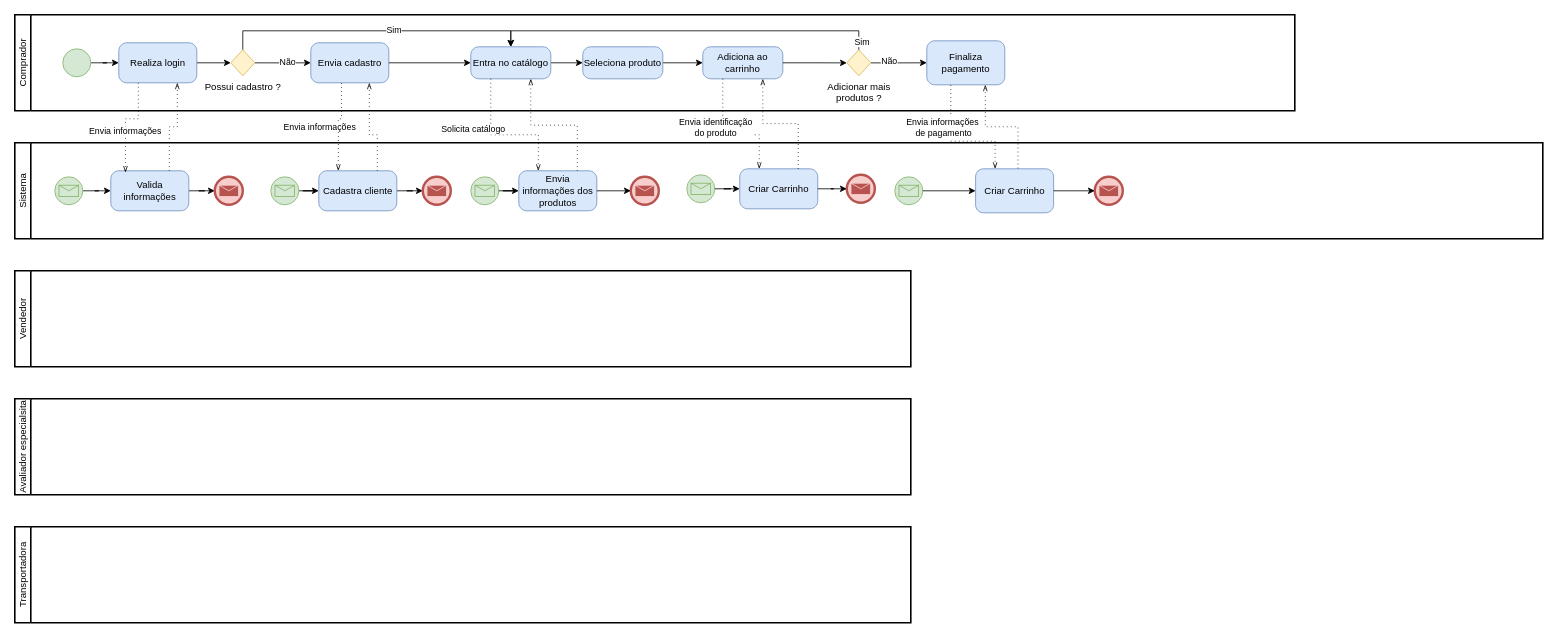
Before: page "Modelo To Be Processo Compra" (2 of 3) of DPN/ModelagemProcessoNegocio.drawio in luca-moraes/projetoCorintoModelagem, a draw.io diagram. Source tidied: cells renumbered, new cells numbered last; positions are measured from the earlier drawing's top-left corner, leaving out a move shared by most shapes. Both pictures are drawn from the tidied source at 80%, with x=0, y=0 at pixel (14, 14).
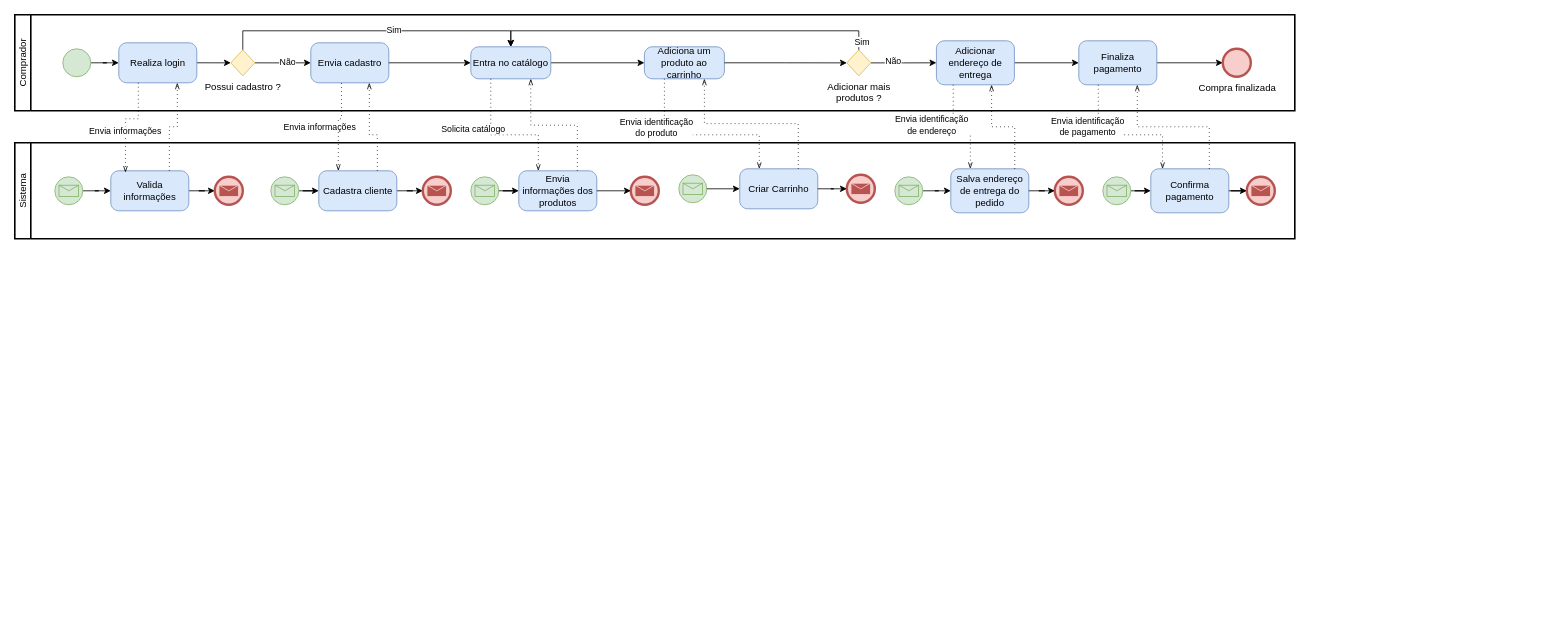
After the change.

Unchanged cells that the change refers to:
```xml
<mxCell id="23" style="points=[[0.145,0.145,0],[0.5,0,0],[0.855,0.145,0],[1,0.5,0],[0.855,0.855,0],[0.5,1,0],[0.145,0.855,0],[0,0.5,0]];shape=mxgraph.bpmn.event;html=1;verticalLabelPosition=bottom;labelBackgroundColor=#ffffff;verticalAlign=top;align=center;perimeter=ellipsePerimeter;outlineConnect=0;outline=standard;symbol=message;fillColor=#d5e8d4;strokeColor=#82b366;" parent="2" vertex="1">
  <mxGeometry x="1100" y="42.5" width="35" height="35" as="geometry" />
</mxCell>
<mxCell id="36" value="Comprador" style="swimlane;html=1;startSize=20;fontStyle=0;horizontal=0;swimlaneLine=1;swimlaneFillColor=#ffffff;strokeWidth=2;whiteSpace=wrap;" parent="1" vertex="1">
  <mxGeometry width="1600" height="120" as="geometry" />
</mxCell>
<mxCell id="48" value="Entra no catálogo" style="points=[[0.25,0,0],[0.5,0,0],[0.75,0,0],[1,0.25,0],[1,0.5,0],[1,0.75,0],[0.75,1,0],[0.5,1,0],[0.25,1,0],[0,0.75,0],[0,0.5,0],[0,0.25,0]];shape=mxgraph.bpmn.task;whiteSpace=wrap;rectStyle=rounded;size=10;html=1;taskMarker=abstract;fillColor=#dae8fc;strokeColor=#6c8ebf;" parent="36" vertex="1">
  <mxGeometry x="570" y="40" width="100" height="40" as="geometry" />
</mxCell>
<mxCell id="57" value="Adicionar mais &lt;br&gt;produtos ?" style="points=[[0.25,0.25,0],[0.5,0,0],[0.75,0.25,0],[1,0.5,0],[0.75,0.75,0],[0.5,1,0],[0.25,0.75,0],[0,0.5,0]];shape=mxgraph.bpmn.gateway2;html=1;verticalLabelPosition=bottom;labelBackgroundColor=#ffffff;verticalAlign=top;align=center;perimeter=rhombusPerimeter;outlineConnect=0;outline=none;symbol=none;fillColor=#fff2cc;strokeColor=#d6b656;" parent="36" vertex="1">
  <mxGeometry x="1040" y="43.8" width="30" height="32.5" as="geometry" />
</mxCell>
<mxCell id="70" style="edgeStyle=elbowEdgeStyle;fontSize=12;html=1;endFill=0;startFill=0;endSize=6;startSize=6;dashed=1;dashPattern=1 4;endArrow=openThin;startArrow=none;rounded=0;exitX=0.25;exitY=1;exitDx=0;exitDy=0;exitPerimeter=0;entryX=0.25;entryY=0;entryDx=0;entryDy=0;entryPerimeter=0;elbow=vertical;" parent="1" edge="1" source="54" target="19">
  <mxGeometry relative="1" as="geometry">
    <Array as="points">
      <mxPoint x="890" y="150" />
    </Array>
  </mxGeometry>
</mxCell>
```

What changed in the source:
```diff
@@
     <mxCell id="2" value="Sistema" style="swimlane;html=1;startSize=20;fontStyle=0;horizontal=0;swimlaneLine=1;swimlaneFillColor=#ffffff;strokeWidth=2;whiteSpace=wrap;" parent="1" vertex="1">
-      <mxGeometry y="160" width="1910" height="120" as="geometry" />
+      <mxGeometry y="160" width="1600" height="120" as="geometry" />
     </mxCell>
@@
     <mxCell id="18" style="points=[[0.145,0.145,0],[0.5,0,0],[0.855,0.145,0],[1,0.5,0],[0.855,0.855,0],[0.5,1,0],[0.145,0.855,0],[0,0.5,0]];shape=mxgraph.bpmn.event;html=1;verticalLabelPosition=bottom;labelBackgroundColor=#ffffff;verticalAlign=top;align=center;perimeter=ellipsePerimeter;outlineConnect=0;outline=standard;symbol=message;fillColor=#d5e8d4;strokeColor=#82b366;" parent="2" vertex="1">
-      <mxGeometry x="840" y="40" width="35" height="35" as="geometry" />
+      <mxGeometry x="830" y="40" width="35" height="35" as="geometry" />
     </mxCell>
@@
+    <mxCell id="25" style="edgeStyle=orthogonalEdgeStyle;rounded=0;jettySize=auto;html=1;entryX=0;entryY=0.5;entryDx=0;entryDy=0;entryPerimeter=0;" parent="2" edge="1" source="23" target="24">
+      <mxGeometry relative="1" as="geometry" />
+    </mxCell>
@@
-    <mxCell id="24" value="Criar Carrinho" style="points=[[0.25,0,0],[0.5,0,0],[0.75,0,0],[1,0.25,0],[1,0.5,0],[1,0.75,0],[0.75,1,0],[0.5,1,0],[0.25,1,0],[0,0.75,0],[0,0.5,0],[0,0.25,0]];shape=mxgraph.bpmn.task;whiteSpace=wrap;rectStyle=rounded;size=10;html=1;taskMarker=abstract;fillColor=#dae8fc;strokeColor=#6c8ebf;" parent="2" vertex="1">
-      <mxGeometry x="1201" y="32.5" width="97.5" height="55" as="geometry" />
+    <mxCell id="24" value="Salva endereço de entrega do pedido" style="points=[[0.25,0,0],[0.5,0,0],[0.75,0,0],[1,0.25,0],[1,0.5,0],[1,0.75,0],[0.75,1,0],[0.5,1,0],[0.25,1,0],[0,0.75,0],[0,0.5,0],[0,0.25,0]];shape=mxgraph.bpmn.task;whiteSpace=wrap;rectStyle=rounded;size=10;html=1;taskMarker=abstract;fillColor=#dae8fc;strokeColor=#6c8ebf;" parent="2" vertex="1">
+      <mxGeometry x="1170" y="32.5" width="97.5" height="55" as="geometry" />
     </mxCell>
-    <mxCell id="25" style="edgeStyle=orthogonalEdgeStyle;rounded=0;jettySize=auto;html=1;entryX=0;entryY=0.5;entryDx=0;entryDy=0;entryPerimeter=0;" parent="2" edge="1" source="23" target="24">
-      <mxGeometry relative="1" as="geometry">
-        <Array as="points">
-          <mxPoint x="1190" y="60" />
-        </Array>
-      </mxGeometry>
-    </mxCell>
     <mxCell id="26" style="points=[[0.145,0.145,0],[0.5,0,0],[0.855,0.145,0],[1,0.5,0],[0.855,0.855,0],[0.5,1,0],[0.145,0.855,0],[0,0.5,0]];shape=mxgraph.bpmn.event;html=1;verticalLabelPosition=bottom;labelBackgroundColor=#ffffff;verticalAlign=top;align=center;perimeter=ellipsePerimeter;outlineConnect=0;outline=end;symbol=message;fillColor=#f8cecc;strokeColor=#b85450;" parent="2" vertex="1">
-      <mxGeometry x="1350" y="42.5" width="35" height="35" as="geometry" />
+      <mxGeometry x="1300" y="42.5" width="35" height="35" as="geometry" />
     </mxCell>
@@
-    <mxCell id="28" value="Transportadora" style="swimlane;html=1;startSize=20;fontStyle=0;horizontal=0;swimlaneLine=1;swimlaneFillColor=#ffffff;strokeWidth=2;whiteSpace=wrap;" parent="1" vertex="1">
-      <mxGeometry y="640" width="1120" height="120" as="geometry" />
-    </mxCell>
-    <mxCell id="29" style="edgeStyle=orthogonalEdgeStyle;rounded=0;orthogonalLoop=1;jettySize=auto;html=1;" parent="28" edge="1">
-      <mxGeometry relative="1" as="geometry">
-        <mxPoint x="730" y="65" as="sourcePoint" />
-      </mxGeometry>
-    </mxCell>
-    <mxCell id="30" style="edgeStyle=orthogonalEdgeStyle;rounded=0;orthogonalLoop=1;jettySize=auto;html=1;entryX=0;entryY=0.5;entryDx=0;entryDy=0;entryPerimeter=0;" parent="28" edge="1">
-      <mxGeometry relative="1" as="geometry">
-        <mxPoint x="340" y="65" as="sourcePoint" />
-      </mxGeometry>
-    </mxCell>
-    <mxCell id="31" style="edgeStyle=orthogonalEdgeStyle;rounded=0;orthogonalLoop=1;jettySize=auto;html=1;entryX=0;entryY=0.5;entryDx=0;entryDy=0;entryPerimeter=0;" parent="28" edge="1">
-      <mxGeometry relative="1" as="geometry">
-        <mxPoint x="510" y="65" as="sourcePoint" />
-      </mxGeometry>
-    </mxCell>
-    <mxCell id="32" value="Avaliador especialsita" style="swimlane;html=1;startSize=20;fontStyle=0;horizontal=0;swimlaneLine=1;swimlaneFillColor=#ffffff;strokeWidth=2;whiteSpace=wrap;" parent="1" vertex="1">
-      <mxGeometry y="480" width="1120" height="120" as="geometry" />
-    </mxCell>
-    <mxCell id="33" style="edgeStyle=orthogonalEdgeStyle;rounded=0;orthogonalLoop=1;jettySize=auto;html=1;" parent="32" edge="1">
-      <mxGeometry relative="1" as="geometry">
-        <mxPoint x="680" y="65" as="sourcePoint" />
-      </mxGeometry>
-    </mxCell>
-    <mxCell id="34" style="edgeStyle=orthogonalEdgeStyle;rounded=0;orthogonalLoop=1;jettySize=auto;html=1;entryX=0;entryY=0.5;entryDx=0;entryDy=0;entryPerimeter=0;" parent="32" edge="1">
-      <mxGeometry relative="1" as="geometry">
-        <mxPoint x="340" y="65" as="sourcePoint" />
-      </mxGeometry>
-    </mxCell>
-    <mxCell id="35" style="edgeStyle=orthogonalEdgeStyle;rounded=0;orthogonalLoop=1;jettySize=auto;html=1;entryX=0;entryY=0.5;entryDx=0;entryDy=0;entryPerimeter=0;" parent="32" edge="1">
-      <mxGeometry relative="1" as="geometry">
-        <mxPoint x="510" y="65" as="sourcePoint" />
-      </mxGeometry>
-    </mxCell>
+    <mxCell id="76" style="edgeStyle=orthogonalEdgeStyle;rounded=0;jettySize=auto;html=1;entryX=0;entryY=0.5;entryDx=0;entryDy=0;entryPerimeter=0;" parent="2" edge="1" source="77" target="78">
+      <mxGeometry relative="1" as="geometry" />
+    </mxCell>
+    <mxCell id="77" style="points=[[0.145,0.145,0],[0.5,0,0],[0.855,0.145,0],[1,0.5,0],[0.855,0.855,0],[0.5,1,0],[0.145,0.855,0],[0,0.5,0]];shape=mxgraph.bpmn.event;html=1;verticalLabelPosition=bottom;labelBackgroundColor=#ffffff;verticalAlign=top;align=center;perimeter=ellipsePerimeter;outlineConnect=0;outline=standard;symbol=message;fillColor=#d5e8d4;strokeColor=#82b366;" parent="2" vertex="1">
+      <mxGeometry x="1360" y="42.5" width="35" height="35" as="geometry" />
+    </mxCell>
+    <mxCell id="78" value="Confirma pagamento" style="points=[[0.25,0,0],[0.5,0,0],[0.75,0,0],[1,0.25,0],[1,0.5,0],[1,0.75,0],[0.75,1,0],[0.5,1,0],[0.25,1,0],[0,0.75,0],[0,0.5,0],[0,0.25,0]];shape=mxgraph.bpmn.task;whiteSpace=wrap;rectStyle=rounded;size=10;html=1;taskMarker=abstract;fillColor=#dae8fc;strokeColor=#6c8ebf;" parent="2" vertex="1">
+      <mxGeometry x="1420" y="32.5" width="97.5" height="55" as="geometry" />
+    </mxCell>
+    <mxCell id="79" style="points=[[0.145,0.145,0],[0.5,0,0],[0.855,0.145,0],[1,0.5,0],[0.855,0.855,0],[0.5,1,0],[0.145,0.855,0],[0,0.5,0]];shape=mxgraph.bpmn.event;html=1;verticalLabelPosition=bottom;labelBackgroundColor=#ffffff;verticalAlign=top;align=center;perimeter=ellipsePerimeter;outlineConnect=0;outline=end;symbol=message;fillColor=#f8cecc;strokeColor=#b85450;" parent="2" vertex="1">
+      <mxGeometry x="1540" y="42.5" width="35" height="35" as="geometry" />
+    </mxCell>
+    <mxCell id="80" style="edgeStyle=orthogonalEdgeStyle;rounded=0;jettySize=auto;html=1;" parent="2" edge="1" source="78" target="79">
+      <mxGeometry relative="1" as="geometry" />
+    </mxCell>
@@
-    <mxCell id="47" style="edgeStyle=orthogonalEdgeStyle;rounded=0;jettySize=auto;html=1;" parent="36" edge="1" source="48" target="51">
+    <mxCell id="47" style="edgeStyle=orthogonalEdgeStyle;rounded=0;jettySize=auto;html=1;entryX=0;entryY=0.5;entryDx=0;entryDy=0;entryPerimeter=0;" parent="36" edge="1" source="48" target="54">
       <mxGeometry relative="1" as="geometry" />
     </mxCell>
@@
-    <mxCell id="50" style="edgeStyle=orthogonalEdgeStyle;rounded=0;jettySize=auto;html=1;" parent="36" edge="1" source="51" target="54">
-      <mxGeometry relative="1" as="geometry" />
-    </mxCell>
-    <mxCell id="51" value="Seleciona produto" style="points=[[0.25,0,0],[0.5,0,0],[0.75,0,0],[1,0.25,0],[1,0.5,0],[1,0.75,0],[0.75,1,0],[0.5,1,0],[0.25,1,0],[0,0.75,0],[0,0.5,0],[0,0.25,0]];shape=mxgraph.bpmn.task;whiteSpace=wrap;rectStyle=rounded;size=10;html=1;taskMarker=abstract;fillColor=#dae8fc;strokeColor=#6c8ebf;" parent="36" vertex="1">
-      <mxGeometry x="710" y="40" width="100" height="40" as="geometry" />
-    </mxCell>
-    <mxCell id="52" style="edgeStyle=orthogonalEdgeStyle;rounded=0;jettySize=auto;html=1;entryX=0;entryY=0.5;entryDx=0;entryDy=0;entryPerimeter=0;" parent="36" edge="1" source="57" target="59">
+    <mxCell id="52" style="edgeStyle=orthogonalEdgeStyle;rounded=0;jettySize=auto;html=1;entryX=0;entryY=0.5;entryDx=0;entryDy=0;entryPerimeter=0;" parent="36" edge="1" source="57" target="83">
       <mxGeometry relative="1" as="geometry" />
     </mxCell>
@@
-    <mxCell id="54" value="Adiciona ao carrinho" style="points=[[0.25,0,0],[0.5,0,0],[0.75,0,0],[1,0.25,0],[1,0.5,0],[1,0.75,0],[0.75,1,0],[0.5,1,0],[0.25,1,0],[0,0.75,0],[0,0.5,0],[0,0.25,0]];shape=mxgraph.bpmn.task;whiteSpace=wrap;rectStyle=rounded;size=10;html=1;taskMarker=abstract;fillColor=#dae8fc;strokeColor=#6c8ebf;" parent="36" vertex="1">
-      <mxGeometry x="860" y="40" width="100" height="40" as="geometry" />
+    <mxCell id="54" value="Adiciona um produto ao carrinho" style="points=[[0.25,0,0],[0.5,0,0],[0.75,0,0],[1,0.25,0],[1,0.5,0],[1,0.75,0],[0.75,1,0],[0.5,1,0],[0.25,1,0],[0,0.75,0],[0,0.5,0],[0,0.25,0]];shape=mxgraph.bpmn.task;whiteSpace=wrap;rectStyle=rounded;size=10;html=1;taskMarker=abstract;fillColor=#dae8fc;strokeColor=#6c8ebf;" parent="36" vertex="1">
+      <mxGeometry x="787" y="40" width="100" height="40" as="geometry" />
     </mxCell>
@@
+    <mxCell id="81" style="edgeStyle=orthogonalEdgeStyle;rounded=0;jettySize=auto;html=1;entryX=0;entryY=0.5;entryDx=0;entryDy=0;entryPerimeter=0;" parent="36" edge="1" source="59" target="84">
+      <mxGeometry relative="1" as="geometry" />
+    </mxCell>
     <mxCell id="59" value="Finaliza pagamento" style="points=[[0.25,0,0],[0.5,0,0],[0.75,0,0],[1,0.25,0],[1,0.5,0],[1,0.75,0],[0.75,1,0],[0.5,1,0],[0.25,1,0],[0,0.75,0],[0,0.5,0],[0,0.25,0]];shape=mxgraph.bpmn.task;whiteSpace=wrap;rectStyle=rounded;size=10;html=1;taskMarker=abstract;fillColor=#dae8fc;strokeColor=#6c8ebf;" parent="36" vertex="1">
-      <mxGeometry x="1140" y="32.5" width="97.5" height="55" as="geometry" />
+      <mxGeometry x="1330" y="32.5" width="97.5" height="55" as="geometry" />
     </mxCell>
-    <mxCell id="60" value="Vendedor" style="swimlane;html=1;startSize=20;fontStyle=0;horizontal=0;swimlaneLine=1;swimlaneFillColor=#ffffff;strokeWidth=2;whiteSpace=wrap;" parent="1" vertex="1">
-      <mxGeometry y="320" width="1120" height="120" as="geometry" />
-    </mxCell>
+    <mxCell id="82" style="edgeStyle=orthogonalEdgeStyle;rounded=0;jettySize=auto;html=1;entryX=0;entryY=0.5;entryDx=0;entryDy=0;entryPerimeter=0;" parent="36" edge="1" source="83" target="59">
+      <mxGeometry relative="1" as="geometry" />
+    </mxCell>
+    <mxCell id="83" value="Adicionar endereço de entrega" style="points=[[0.25,0,0],[0.5,0,0],[0.75,0,0],[1,0.25,0],[1,0.5,0],[1,0.75,0],[0.75,1,0],[0.5,1,0],[0.25,1,0],[0,0.75,0],[0,0.5,0],[0,0.25,0]];shape=mxgraph.bpmn.task;whiteSpace=wrap;rectStyle=rounded;size=10;html=1;taskMarker=abstract;fillColor=#dae8fc;strokeColor=#6c8ebf;" parent="36" vertex="1">
+      <mxGeometry x="1152" y="32.5" width="97.5" height="55" as="geometry" />
+    </mxCell>
+    <mxCell id="84" value="Compra finalizada" style="points=[[0.145,0.145,0],[0.5,0,0],[0.855,0.145,0],[1,0.5,0],[0.855,0.855,0],[0.5,1,0],[0.145,0.855,0],[0,0.5,0]];shape=mxgraph.bpmn.event;html=1;verticalLabelPosition=bottom;labelBackgroundColor=#ffffff;verticalAlign=top;align=center;perimeter=ellipsePerimeter;outlineConnect=0;outline=end;symbol=terminate2;fillColor=#f8cecc;strokeColor=#b85450;" parent="36" vertex="1">
+      <mxGeometry x="1510" y="42.5" width="35" height="35" as="geometry" />
+    </mxCell>
@@
     <mxCell id="71" value="Envia identificação &lt;br&gt;do produto" style="edgeLabel;html=1;align=center;verticalAlign=middle;" parent="70" vertex="1">
       <mxGeometry x="-0.37" y="-2" relative="1" as="geometry">
-        <mxPoint x="-8" y="10" as="offset" />
+        <mxPoint x="-14" y="-12" as="offset" />
       </mxGeometry>
     </mxCell>
@@
-    <mxCell id="73" style="edgeStyle=elbowEdgeStyle;fontSize=12;html=1;endFill=0;startFill=0;endSize=6;startSize=6;dashed=1;dashPattern=1 4;endArrow=openThin;startArrow=none;rounded=0;exitX=0.75;exitY=0;exitDx=0;exitDy=0;exitPerimeter=0;elbow=vertical;entryX=0.75;entryY=1;entryDx=0;entryDy=0;entryPerimeter=0;" parent="1" edge="1" target="59">
-      <mxGeometry relative="1" as="geometry">
-        <mxPoint x="1254" y="192" as="sourcePoint" />
-      </mxGeometry>
-    </mxCell>
-    <mxCell id="74" style="edgeStyle=elbowEdgeStyle;fontSize=12;html=1;endFill=0;startFill=0;endSize=6;startSize=6;dashed=1;dashPattern=1 4;endArrow=openThin;startArrow=none;rounded=0;exitX=0.25;exitY=1;exitDx=0;exitDy=0;exitPerimeter=0;entryX=0.25;entryY=0;entryDx=0;entryDy=0;entryPerimeter=0;elbow=vertical;" parent="1" edge="1" target="24">
-      <mxGeometry relative="1" as="geometry">
-        <mxPoint x="1170" y="88" as="sourcePoint" />
-        <Array as="points">
-          <mxPoint x="1175" y="158" />
-        </Array>
-      </mxGeometry>
-    </mxCell>
-    <mxCell id="75" value="Envia informações&amp;nbsp;&lt;br&gt;de pagamento" style="edgeLabel;html=1;align=center;verticalAlign=middle;" parent="74" vertex="1">
-      <mxGeometry x="-0.37" y="-2" relative="1" as="geometry">
-        <mxPoint x="-8" y="2" as="offset" />
-      </mxGeometry>
-    </mxCell>
+    <mxCell id="85" style="edgeStyle=orthogonalEdgeStyle;rounded=0;jettySize=auto;html=1;dashed=1;dashPattern=1 4;endArrow=openThin;endFill=0;" parent="1" edge="1" source="24" target="83">
+      <mxGeometry relative="1" as="geometry">
+        <Array as="points">
+          <mxPoint x="1250" y="140" />
+          <mxPoint x="1221" y="140" />
+        </Array>
+      </mxGeometry>
+    </mxCell>
+    <mxCell id="86" style="edgeStyle=elbowEdgeStyle;fontSize=12;html=1;endFill=0;startFill=0;endSize=6;startSize=6;dashed=1;dashPattern=1 4;endArrow=openThin;startArrow=none;rounded=0;exitX=0.25;exitY=1;exitDx=0;exitDy=0;exitPerimeter=0;entryX=0.25;entryY=0;entryDx=0;entryDy=0;entryPerimeter=0;elbow=vertical;" parent="1" edge="1" target="24">
+      <mxGeometry relative="1" as="geometry">
+        <mxPoint x="1173" y="87.5" as="sourcePoint" />
+        <Array as="points">
+          <mxPoint x="1200" y="150" />
+        </Array>
+      </mxGeometry>
+    </mxCell>
+    <mxCell id="87" value="Envia identificação &lt;br&gt;de endereço" style="edgeLabel;html=1;align=center;verticalAlign=middle;" parent="86" vertex="1">
+      <mxGeometry x="-0.37" y="-2" relative="1" as="geometry">
+        <mxPoint x="-26" y="10" as="offset" />
+      </mxGeometry>
+    </mxCell>
+    <mxCell id="88" style="edgeStyle=elbowEdgeStyle;fontSize=12;html=1;endFill=0;startFill=0;endSize=6;startSize=6;dashed=1;dashPattern=1 4;endArrow=openThin;startArrow=none;rounded=0;exitX=0.25;exitY=1;exitDx=0;exitDy=0;exitPerimeter=0;entryX=0.151;entryY=0.001;entryDx=0;entryDy=0;entryPerimeter=0;elbow=vertical;" parent="1" edge="1" source="59" target="78">
+      <mxGeometry relative="1" as="geometry">
+        <Array as="points">
+          <mxPoint x="1387" y="150" />
+        </Array>
+      </mxGeometry>
+    </mxCell>
+    <mxCell id="89" value="Envia identificação &lt;br&gt;de pagamento" style="edgeLabel;html=1;align=center;verticalAlign=middle;" parent="88" vertex="1">
+      <mxGeometry x="-0.37" y="-2" relative="1" as="geometry">
+        <mxPoint x="-12" y="-6" as="offset" />
+      </mxGeometry>
+    </mxCell>
+    <mxCell id="90" style="edgeStyle=orthogonalEdgeStyle;rounded=0;jettySize=auto;html=1;dashed=1;dashPattern=1 4;endArrow=openThin;endFill=0;exitX=0.75;exitY=0;exitDx=0;exitDy=0;exitPerimeter=0;entryX=0.75;entryY=1;entryDx=0;entryDy=0;entryPerimeter=0;" parent="1" edge="1" source="78" target="59">
+      <mxGeometry relative="1" as="geometry">
+        <Array as="points">
+          <mxPoint x="1493" y="140" />
+          <mxPoint x="1403" y="140" />
+        </Array>
+      </mxGeometry>
+    </mxCell>
```
